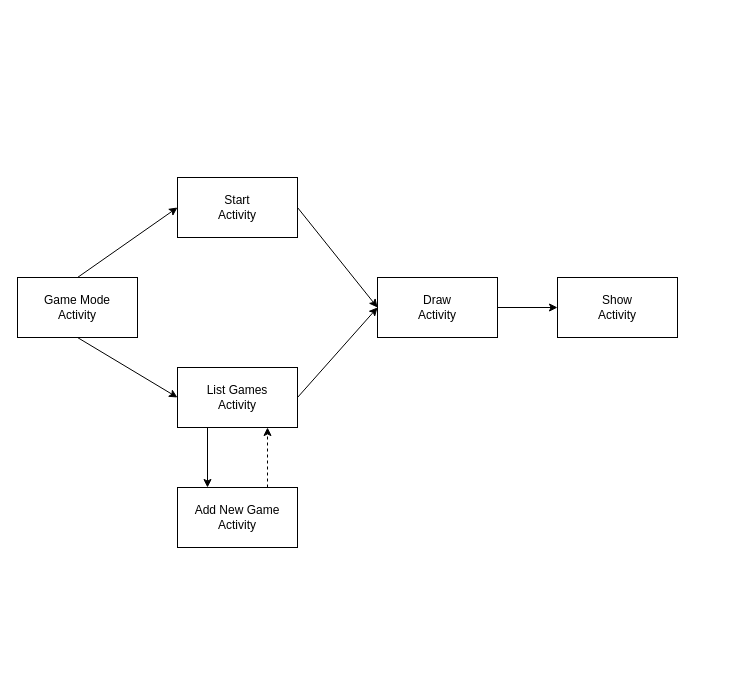
Earlier version of the draw.io diagram App Structure.drawio (FernasFragas/PDM-2021i-LI5xD-G17). Source tidied: cells renumbered, new cells numbered last; positions are measured from the earlier drawing's top-left corner, leaving out a move shared by most shapes. Both pictures are drawn from the tidied source at 100%, with x=0, y=0 at pixel (17, 177).
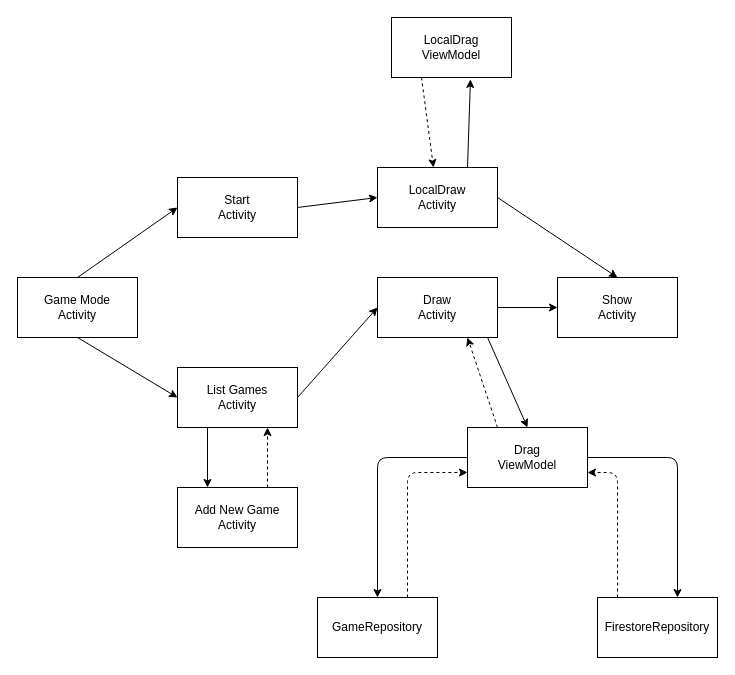
The same diagram, later.

Commit message (it also covers changes not shown here):
game offline and online working, diagram updated

The change refers to these unchanged cells:
```xml
<mxCell id="5" value="Start&lt;br&gt;Activity" style="rounded=0;whiteSpace=wrap;html=1;" parent="1" vertex="1">
  <mxGeometry x="160" width="120" height="60" as="geometry" />
</mxCell>
<mxCell id="7" value="Draw&lt;br&gt;Activity" style="rounded=0;whiteSpace=wrap;html=1;" parent="1" vertex="1">
  <mxGeometry x="360" y="100" width="120" height="60" as="geometry" />
</mxCell>
<mxCell id="10" value="Show&lt;br&gt;Activity" style="rounded=0;whiteSpace=wrap;html=1;" parent="1" vertex="1">
  <mxGeometry x="540" y="100" width="120" height="60" as="geometry" />
</mxCell>
```

The edit, as a diff of the source:
```diff
@@
-    <mxCell id="9" style="endArrow=classic;html=1;exitX=1;exitY=0.5;exitDx=0;exitDy=0;" parent="1" edge="1" source="5">
-      <mxGeometry relative="1" as="geometry">
-        <mxPoint x="360" y="130" as="targetPoint" />
-      </mxGeometry>
+    <mxCell id="9" style="endArrow=classic;html=1;exitX=1;exitY=0.5;exitDx=0;exitDy=0;entryX=0;entryY=0.5;entryDx=0;entryDy=0;" parent="1" edge="1" source="5" target="15">
+      <mxGeometry relative="1" as="geometry" />
     </mxCell>
@@
+    <mxCell id="15" value="LocalDraw&lt;br&gt;Activity" style="rounded=0;whiteSpace=wrap;html=1;" parent="1" vertex="1">
+      <mxGeometry x="360" y="-10" width="120" height="60" as="geometry" />
+    </mxCell>
+    <mxCell id="16" style="endArrow=classic;html=1;exitX=1;exitY=0.5;exitDx=0;exitDy=0;entryX=0.5;entryY=0;entryDx=0;entryDy=0;" parent="1" edge="1" source="15" target="10">
+      <mxGeometry relative="1" as="geometry" />
+    </mxCell>
+    <mxCell id="17" value="LocalDrag&lt;br&gt;ViewModel" style="rounded=0;whiteSpace=wrap;html=1;" parent="1" vertex="1">
+      <mxGeometry x="374" y="-160" width="120" height="60" as="geometry" />
+    </mxCell>
+    <mxCell id="18" style="endArrow=classic;html=1;exitX=0.75;exitY=0;exitDx=0;exitDy=0;entryX=0.658;entryY=1.033;entryDx=0;entryDy=0;entryPerimeter=0;" parent="1" edge="1" source="15" target="17">
+      <mxGeometry relative="1" as="geometry" />
+    </mxCell>
+    <mxCell id="19" style="endArrow=classic;dashed=1;html=1;exitX=0.25;exitY=1;exitDx=0;exitDy=0;startArrow=none;startFill=0;endFill=1;" parent="1" edge="1" source="17" target="15">
+      <mxGeometry relative="1" as="geometry" />
+    </mxCell>
+    <mxCell id="20" value="Drag&lt;br&gt;ViewModel" style="rounded=0;whiteSpace=wrap;html=1;" parent="1" vertex="1">
+      <mxGeometry x="450" y="250" width="120" height="60" as="geometry" />
+    </mxCell>
+    <mxCell id="21" style="endArrow=classic;html=1;entryX=0.5;entryY=0;entryDx=0;entryDy=0;exitX=0.917;exitY=1;exitDx=0;exitDy=0;exitPerimeter=0;" parent="1" edge="1" source="7" target="20">
+      <mxGeometry relative="1" as="geometry" />
+    </mxCell>
+    <mxCell id="22" style="endArrow=classic;dashed=1;html=1;exitX=0.25;exitY=0;exitDx=0;exitDy=0;startArrow=none;startFill=0;endFill=1;entryX=0.75;entryY=1;entryDx=0;entryDy=0;" parent="1" edge="1" source="20" target="7">
+      <mxGeometry relative="1" as="geometry" />
+    </mxCell>
+    <mxCell id="23" value="GameRepository" style="rounded=0;whiteSpace=wrap;html=1;" parent="1" vertex="1">
+      <mxGeometry x="300" y="420" width="120" height="60" as="geometry" />
+    </mxCell>
+    <mxCell id="24" style="endArrow=classic;html=1;" parent="1" edge="1" source="20" target="23">
+      <mxGeometry relative="1" as="geometry">
+        <Array as="points">
+          <mxPoint x="360" y="280" />
+        </Array>
+      </mxGeometry>
+    </mxCell>
+    <mxCell id="25" style="endArrow=classic;dashed=1;html=1;startArrow=none;startFill=0;endFill=1;entryX=0;entryY=0.75;entryDx=0;entryDy=0;exitX=0.75;exitY=0;exitDx=0;exitDy=0;" parent="1" edge="1" source="23" target="20">
+      <mxGeometry relative="1" as="geometry">
+        <Array as="points">
+          <mxPoint x="390" y="295" />
+        </Array>
+      </mxGeometry>
+    </mxCell>
+    <mxCell id="26" value="FirestoreRepository" style="rounded=0;whiteSpace=wrap;html=1;" parent="1" vertex="1">
+      <mxGeometry x="580" y="420" width="120" height="60" as="geometry" />
+    </mxCell>
+    <mxCell id="27" style="endArrow=classic;html=1;exitX=1;exitY=0.5;exitDx=0;exitDy=0;" parent="1" edge="1" source="20">
+      <mxGeometry relative="1" as="geometry">
+        <mxPoint x="660" y="420" as="targetPoint" />
+        <Array as="points">
+          <mxPoint x="660" y="280" />
+        </Array>
+      </mxGeometry>
+    </mxCell>
+    <mxCell id="28" style="endArrow=classic;dashed=1;html=1;startArrow=none;startFill=0;endFill=1;entryX=1;entryY=0.75;entryDx=0;entryDy=0;" parent="1" edge="1" target="20">
+      <mxGeometry relative="1" as="geometry">
+        <mxPoint x="600" y="420" as="sourcePoint" />
+        <Array as="points">
+          <mxPoint x="600" y="370" />
+          <mxPoint x="600" y="295" />
+        </Array>
+      </mxGeometry>
+    </mxCell>
```
